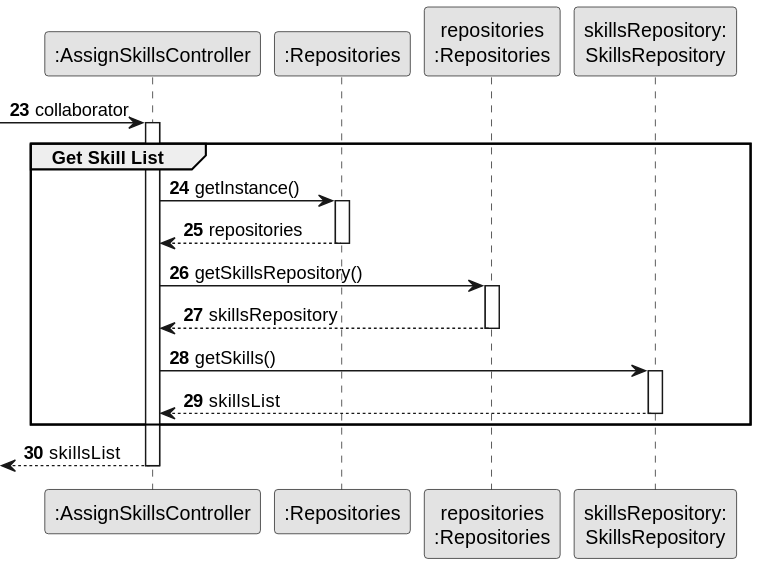
Before: docs/sprintB/us004/03.design/svg/us004-sequence-diagram-partial-get-skill-list.svg, a diagram exported from PlantUML (ricardomm7/leaflink).
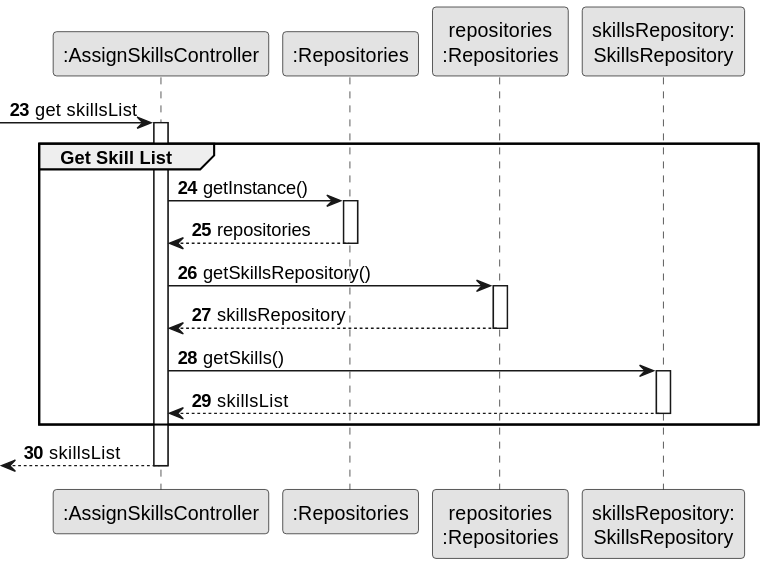
After the commit.

Diff of the diagram source:
```diff
@@ -11,7 +11,7 @@
 participant "skillsRepository:\nSkillsRepository" as skillsRepository
 
 
--> CTRL : collaborator
+-> CTRL : get skillsList
 activate CTRL
 group Get Skill List
 CTRL -> GlobRepo : getInstance()
```
